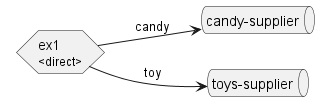
This is graph.png from lis0x90/rabbitmq-vhost-graph, a PlantUML export, as it was before one commit. The source it was exported from:
```plantuml
@startuml
left to right direction
!define exchange(e_alias, e_type) hexagon "e_alias\n<size:12><e_type></size>" as e_alias

exchange("ex1","direct")
queue "candy-supplier"
queue "toys-supplier"
"ex1" --> "candy-supplier" : candy
"ex1" --> "toys-supplier" : toy
@enduml
```
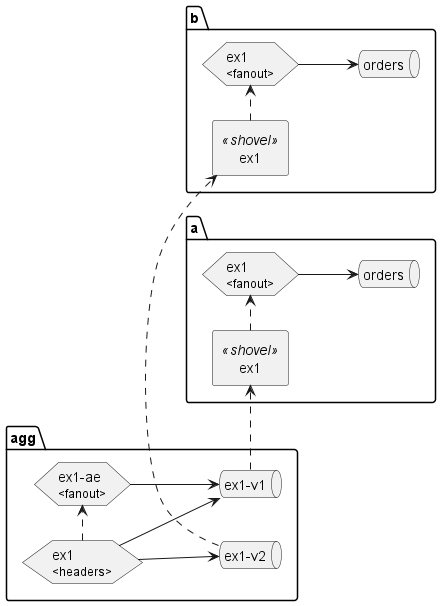
Above is the later version.

Commit message:
[+] support shovel plugin [+] multi vhost view [+] alternate exchange

What changed in the source:
```diff
@@ -1,10 +1,36 @@
 @startuml
 left to right direction
-!define exchange(e_alias, e_type) hexagon "e_alias\n<size:12><e_type></size>" as e_alias
+skinparam componentStyle rectangle
+!define exchange(e_name, e_alias, e_type) hexagon "e_name\n<size:12><e_type></size>" as e_alias
 
-exchange("ex1","direct")
-queue "candy-supplier"
-queue "toys-supplier"
-"ex1" --> "candy-supplier" : candy
-"ex1" --> "toys-supplier" : toy
+package a {
+	exchange("ex1","a_e_ex1", "fanout")
+	queue "orders" as a_q_orders
+	a_e_ex1 --> a_q_orders
+}
+package b {
+	exchange("ex1","b_e_ex1", "fanout")
+	queue "orders" as b_q_orders
+	b_e_ex1 --> b_q_orders
+}
+package agg {
+	exchange("ex1-ae","agg_e_ex1_ae", "fanout")
+	exchange("ex1","agg_e_ex1", "headers")
+	queue "ex1-v2" as agg_q_ex1_v2
+	queue "ex1-v1" as agg_q_ex1_v1
+	agg_e_ex1 --> agg_q_ex1_v1
+	agg_e_ex1 --> agg_q_ex1_v2
+	agg_e_ex1_ae --> agg_q_ex1_v1
+	agg_e_ex1 .> agg_e_ex1_ae
+}
+package a {
+	Component "ex1" as a_shovel_ex1 <<shovel>>
+	a_shovel_ex1 .> a_e_ex1
+	agg_q_ex1_v1 .> a_shovel_ex1
+}
+package b {
+	Component "ex1" as b_shovel_ex1 <<shovel>>
+	b_shovel_ex1 .> b_e_ex1
+	agg_q_ex1_v2 .> b_shovel_ex1
+}
 @enduml
```
